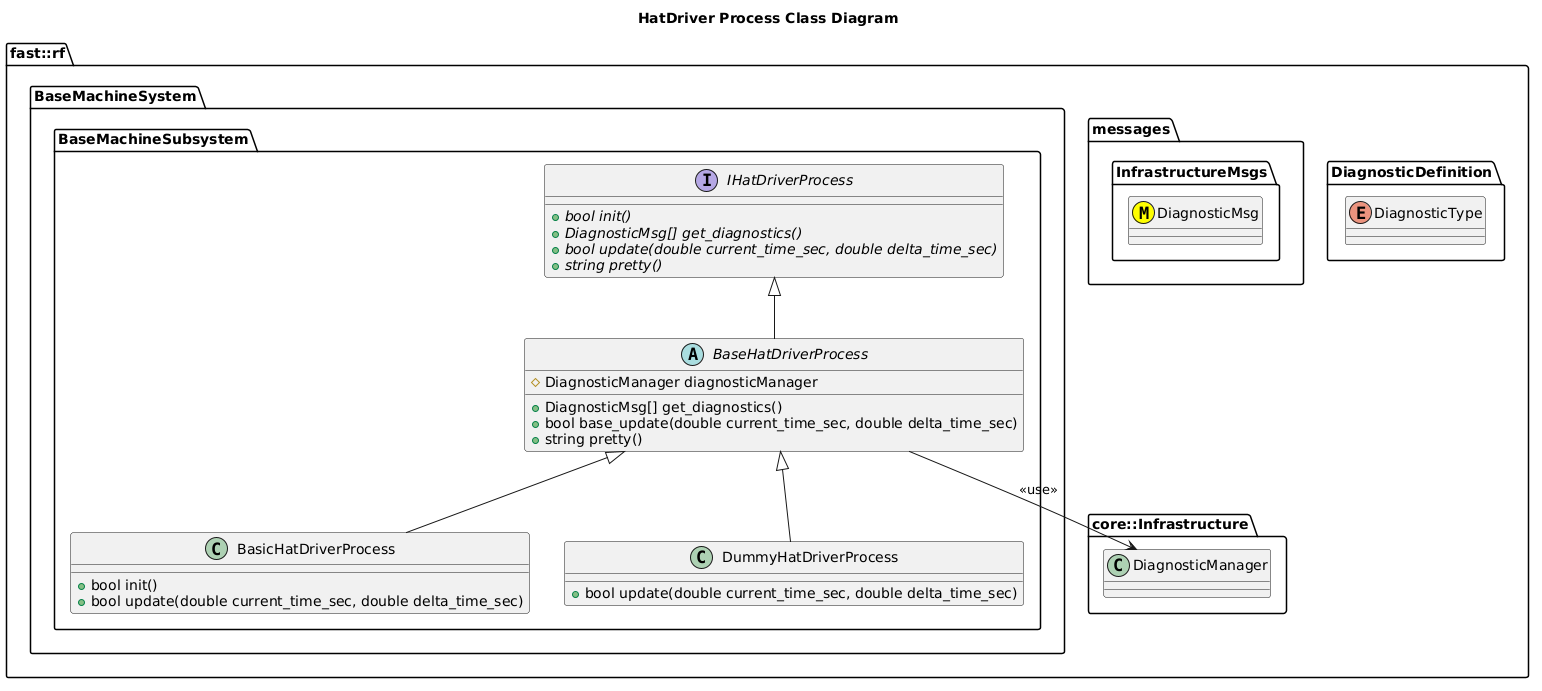
fastrobotics/robot_framework keeps this PlantUML diagram as Systems/BaseMachine/Subsystems/BaseMachine/Processes/HatDriver/doc/puml/HatDriverProcessClassDiagram.png. Above is the earlier version. Source of this version:
```plantuml
@startuml
title HatDriver Process Class Diagram

namespace fast::rf {
  namespace DiagnosticDefinition {
    enum DiagnosticType
  }
  namespace messages {
    namespace InfrastructureMsgs {
      class DiagnosticMsg <<(M,#FFFF00)>>
    }
  }
  namespace core::Infrastructure {
    class DiagnosticManager
  }
  namespace BaseMachineSystem {
    namespace BaseMachineSubsystem {
        interface IHatDriverProcess  {
          +{abstract} bool init()
          +{abstract} DiagnosticMsg[] get_diagnostics()
          +{abstract} bool update(double current_time_sec, double delta_time_sec)
          +{abstract} string pretty()
        }
        abstract BaseHatDriverProcess {
          +DiagnosticMsg[] get_diagnostics()
          +bool base_update(double current_time_sec, double delta_time_sec)
          +string pretty()
          #DiagnosticManager diagnosticManager

        }
        BaseHatDriverProcess -up-|> IHatDriverProcess
        BaseHatDriverProcess --> DiagnosticManager: <<use>>
        class BasicHatDriverProcess {
          +bool init()
          +bool update(double current_time_sec, double delta_time_sec)
        }
        BasicHatDriverProcess -up-|> BaseHatDriverProcess
        class DummyHatDriverProcess {
          +bool update(double current_time_sec, double delta_time_sec)
        }
        DummyHatDriverProcess -up-|> BaseHatDriverProcess
    }
  }
}
@enduml
```
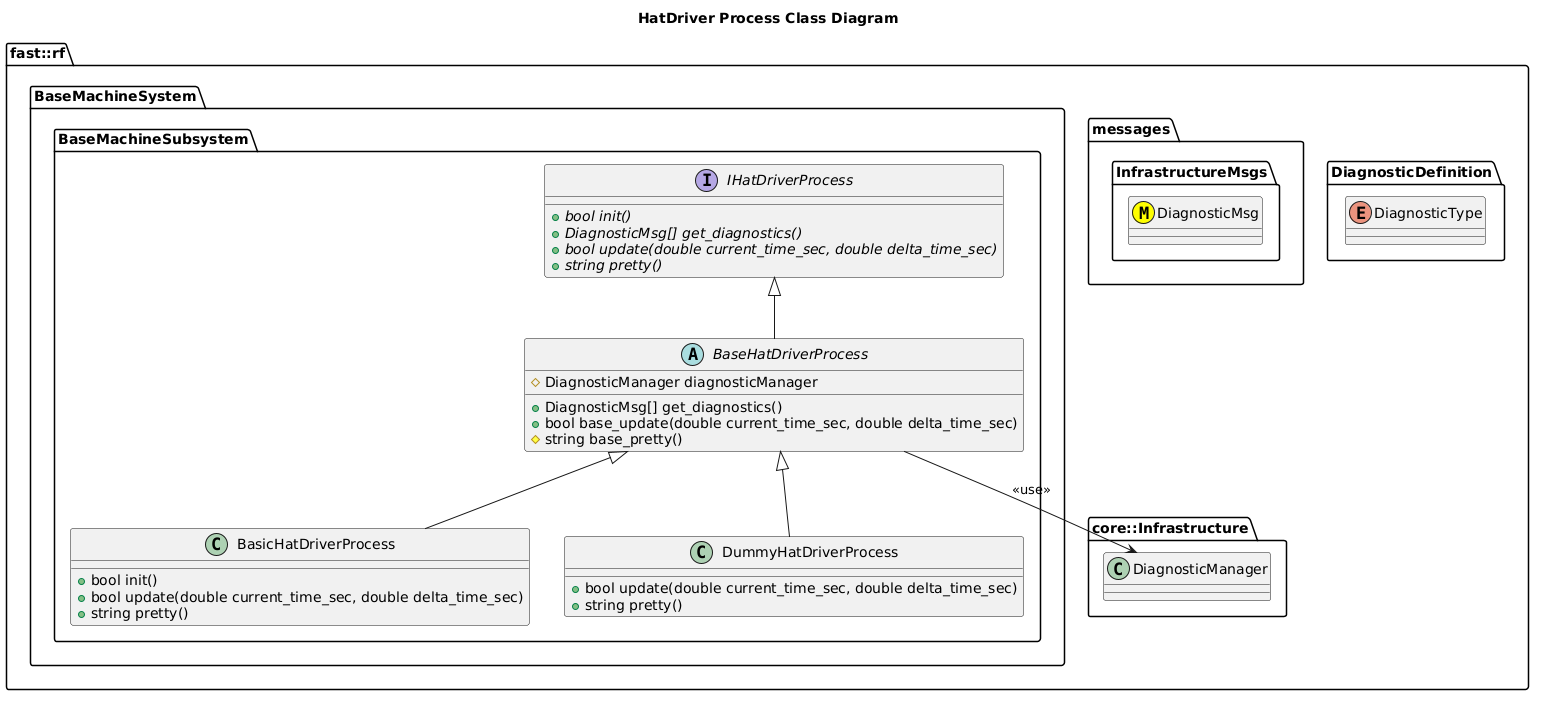
Above is the later version.

Change to the diagram source:
```diff
@@ -24,7 +24,7 @@
         abstract BaseHatDriverProcess {
           +DiagnosticMsg[] get_diagnostics()
           +bool base_update(double current_time_sec, double delta_time_sec)
-          +string pretty()
+          #string base_pretty()
           #DiagnosticManager diagnosticManager
 
         }
@@ -33,10 +33,12 @@
         class BasicHatDriverProcess {
           +bool init()
           +bool update(double current_time_sec, double delta_time_sec)
+          +string pretty()
         }
         BasicHatDriverProcess -up-|> BaseHatDriverProcess
         class DummyHatDriverProcess {
           +bool update(double current_time_sec, double delta_time_sec)
+          +string pretty()
         }
         DummyHatDriverProcess -up-|> BaseHatDriverProcess
     }
```
